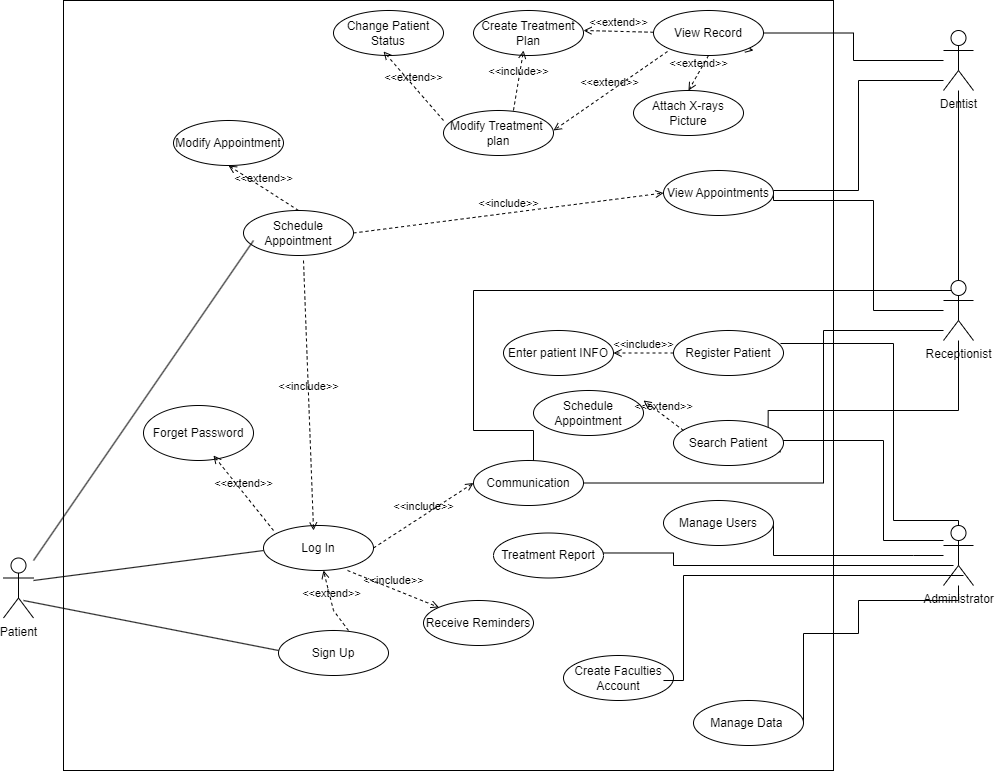
This is Design/Untitled Diagram.drawio.png from MohamedIsa/Dental-Clinic-System, a draw.io export, as it was before one commit. Source tidied: cells renumbered, new cells last; positions are measured from the earlier drawing's top-left corner, leaving out a move shared by most shapes.
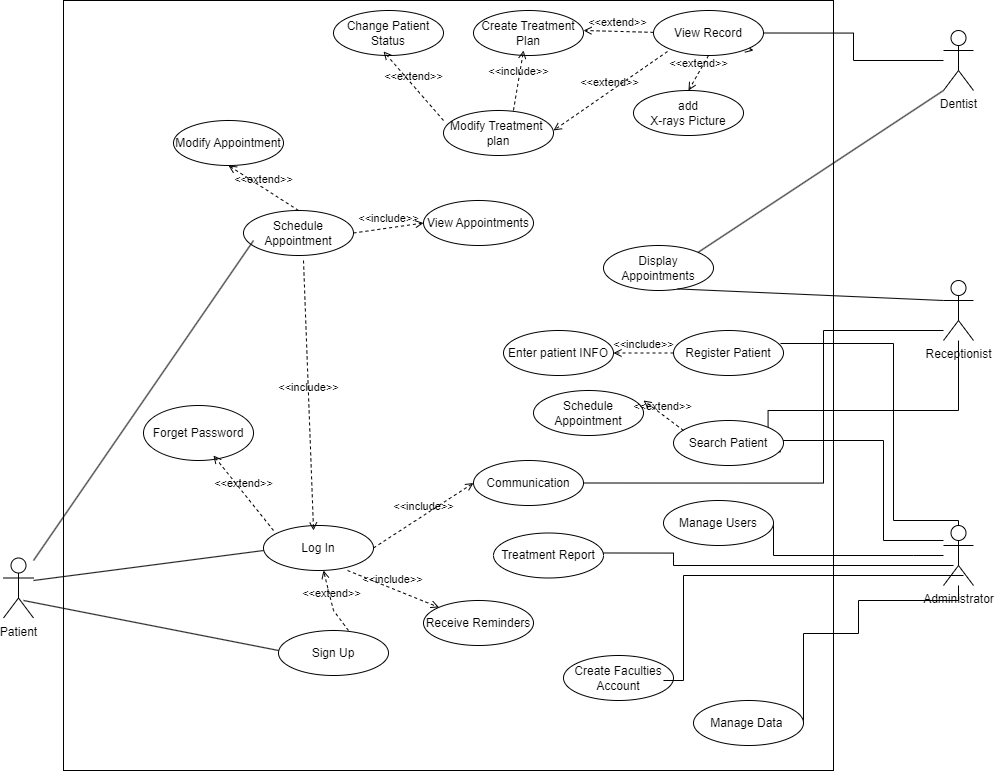
The same file after the commit.

Diff of the diagram source:
```diff
@@ -8,38 +8,9 @@
     <mxCell id="3" style="rounded=0;jettySize=auto;html=1;entryX=1;entryY=0.5;entryDx=0;entryDy=0;edgeStyle=orthogonalEdgeStyle;endArrow=none;endFill=0;" parent="1" edge="1" source="6" target="51">
       <mxGeometry relative="1" as="geometry" />
     </mxCell>
-    <mxCell id="4" style="edgeStyle=orthogonalEdgeStyle;shape=connector;rounded=0;jettySize=auto;html=1;entryX=1;entryY=0.5;entryDx=0;entryDy=0;labelBackgroundColor=default;strokeColor=default;fontFamily=Helvetica;fontSize=11;fontColor=default;endArrow=none;endFill=0;" parent="1" edge="1" source="6" target="18">
-      <mxGeometry relative="1" as="geometry">
-        <Array as="points">
-          <mxPoint x="855" y="80" />
-          <mxPoint x="855" y="190" />
-          <mxPoint x="770" y="190" />
-        </Array>
-      </mxGeometry>
-    </mxCell>
-    <mxCell id="5" style="edgeStyle=orthogonalEdgeStyle;shape=connector;rounded=0;jettySize=auto;html=1;labelBackgroundColor=default;strokeColor=default;fontFamily=Helvetica;fontSize=11;fontColor=default;endArrow=classic;entryX=1;entryY=0.5;entryDx=0;entryDy=0;" parent="1" edge="1" source="6" target="31">
-      <mxGeometry relative="1" as="geometry">
-        <Array as="points">
-          <mxPoint x="955" y="290" />
-          <mxPoint x="470" y="290" />
-          <mxPoint x="470" y="430" />
-          <mxPoint x="530" y="430" />
-          <mxPoint x="530" y="482" />
-        </Array>
-      </mxGeometry>
-    </mxCell>
     <mxCell id="6" value="Dentist" style="shape=umlActor;verticalLabelPosition=bottom;verticalAlign=top;html=1;outlineConnect=0;" parent="1" vertex="1">
       <mxGeometry x="940" y="30" width="30" height="60" as="geometry" />
     </mxCell>
-    <mxCell id="7" style="edgeStyle=orthogonalEdgeStyle;shape=connector;rounded=0;jettySize=auto;html=1;entryX=1;entryY=0.5;entryDx=0;entryDy=0;labelBackgroundColor=default;strokeColor=default;fontFamily=Helvetica;fontSize=11;fontColor=default;endArrow=none;endFill=0;" parent="1" edge="1" source="10" target="18">
-      <mxGeometry relative="1" as="geometry">
-        <Array as="points">
-          <mxPoint x="870" y="310" />
-          <mxPoint x="870" y="200" />
-          <mxPoint x="770" y="200" />
-        </Array>
-      </mxGeometry>
-    </mxCell>
     <mxCell id="8" style="edgeStyle=orthogonalEdgeStyle;shape=connector;rounded=0;jettySize=auto;html=1;entryX=1;entryY=0;entryDx=0;entryDy=0;labelBackgroundColor=default;strokeColor=default;fontFamily=Helvetica;fontSize=11;fontColor=default;endArrow=none;endFill=0;" parent="1" edge="1" source="10" target="27">
       <mxGeometry relative="1" as="geometry">
         <Array as="points">
@@ -105,9 +76,9 @@
       <mxGeometry x="470" y="10" width="110" height="45" as="geometry" />
     </mxCell>
     <mxCell id="18" value="View Appointments" style="ellipse;whiteSpace=wrap;html=1;" parent="1" vertex="1">
-      <mxGeometry x="660" y="170" width="110" height="45" as="geometry" />
+      <mxGeometry x="420" y="200" width="110" height="45" as="geometry" />
     </mxCell>
-    <mxCell id="19" value="Attach X-rays Picture" style="ellipse;whiteSpace=wrap;html=1;" parent="1" vertex="1">
+    <mxCell id="19" value="&lt;div&gt;add&lt;/div&gt;X-rays Picture" style="ellipse;whiteSpace=wrap;html=1;" parent="1" vertex="1">
       <mxGeometry x="630" y="90" width="110" height="45" as="geometry" />
     </mxCell>
     <mxCell id="20" value="Change Patient Status" style="ellipse;whiteSpace=wrap;html=1;" parent="1" vertex="1">
@@ -249,5 +220,14 @@
     <mxCell id="57" value="&amp;lt;&amp;lt;extend&amp;gt;&amp;gt;" style="html=1;verticalAlign=bottom;labelBackgroundColor=none;endArrow=open;endFill=0;dashed=1;rounded=0;entryX=1;entryY=0.222;entryDx=0;entryDy=0;entryPerimeter=0;exitX=0.091;exitY=0.222;exitDx=0;exitDy=0;exitPerimeter=0;" parent="1" edge="1" source="27" target="56">
       <mxGeometry relative="1" as="geometry" />
     </mxCell>
+    <mxCell id="58" value="Display Appointments" style="ellipse;whiteSpace=wrap;html=1;" parent="1" vertex="1">
+      <mxGeometry x="600" y="245" width="110" height="45" as="geometry" />
+    </mxCell>
+    <mxCell id="59" style="endArrow=none;html=1;rounded=0;exitX=0;exitY=0.3333333333333333;exitDx=0;exitDy=0;exitPerimeter=0;entryX=0.674;entryY=0.965;entryDx=0;entryDy=0;entryPerimeter=0;" parent="1" edge="1" source="10" target="58">
+      <mxGeometry relative="1" as="geometry" />
+    </mxCell>
+    <mxCell id="60" style="endArrow=none;html=1;rounded=0;exitX=0;exitY=1;exitDx=0;exitDy=0;exitPerimeter=0;entryX=1;entryY=0;entryDx=0;entryDy=0;" parent="1" edge="1" source="6" target="58">
+      <mxGeometry relative="1" as="geometry" />
+    </mxCell>
   </root>
 </mxGraphModel>
```
